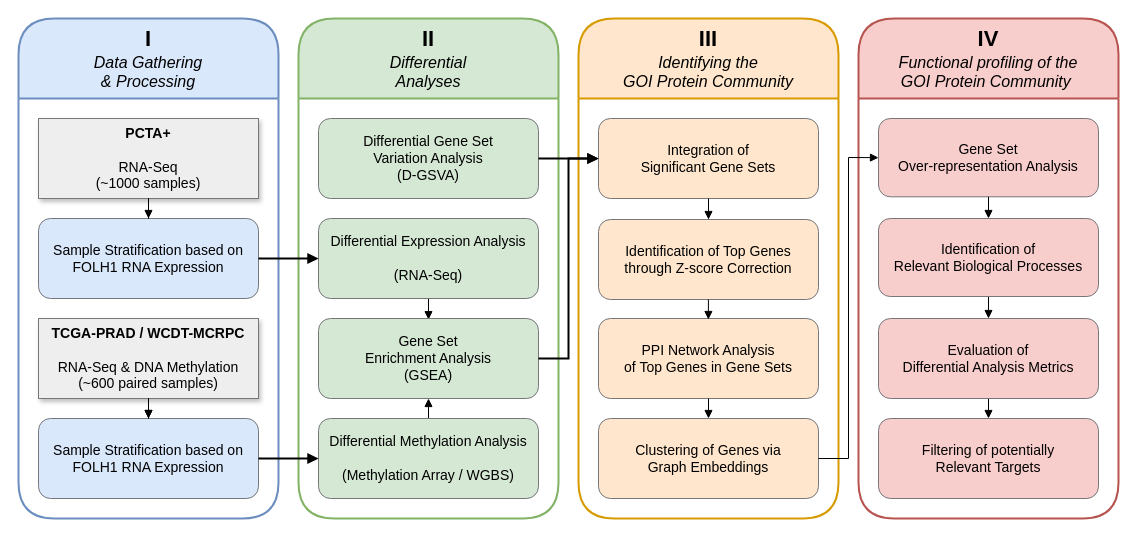
Earlier version of the draw.io diagram docs/1_workflow.drawio (CarlosUziel/goi-strat). Source tidied: cells renumbered, new cells numbered last; positions are measured from the earlier drawing's top-left corner, leaving out a move shared by most shapes. Both pictures are drawn from the tidied source at 100%, with x=0, y=0 at pixel (18, 18).
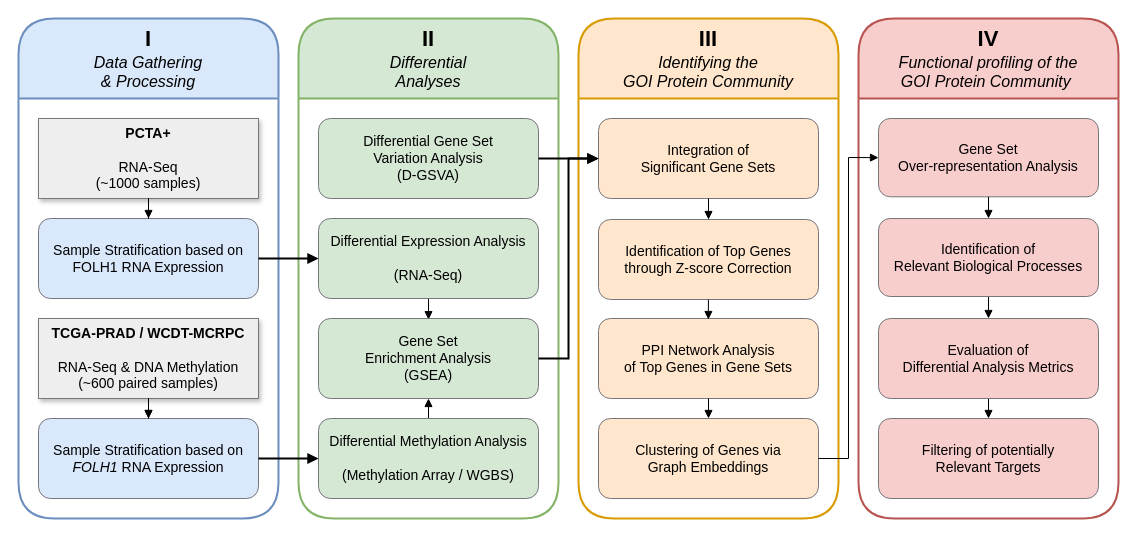
The same diagram, later.

Commit message (it also covers changes not shown here):
Italize FOLH1.

Unchanged cells that the change refers to:
```xml
<mxCell id="3" value="&lt;div style=&quot;font-size: 22px;&quot;&gt;&lt;font style=&quot;font-size: 22px;&quot;&gt;I&lt;/font&gt;&lt;/div&gt;&lt;div style=&quot;font-size: 1px;&quot;&gt;&lt;br&gt;&lt;/div&gt;&lt;div style=&quot;font-size: 16px;&quot;&gt;&lt;i&gt;&lt;span style=&quot;font-weight: normal;&quot;&gt;Data Gathering&lt;/span&gt;&lt;/i&gt;&lt;/div&gt;&lt;div style=&quot;font-size: 16px;&quot;&gt;&lt;i&gt;&lt;span style=&quot;font-weight: normal;&quot;&gt;&amp;amp; Processing&lt;/span&gt;&lt;/i&gt;&lt;br&gt;&lt;/div&gt;" style="swimlane;whiteSpace=wrap;html=1;startSize=80;rounded=1;fillStyle=solid;strokeWidth=2;fillColor=#dae8fc;strokeColor=#6c8ebf;" parent="1" vertex="1">
  <mxGeometry width="260" height="500" as="geometry" />
</mxCell>
```

The edit, as a diff of the source:
```diff
@@
-    <mxCell id="9" value="&lt;div style=&quot;font-size: 14px;&quot;&gt;Sample Stratification based on FOLH1 RNA Expression&lt;br style=&quot;font-size: 14px;&quot;&gt;&lt;/div&gt;" style="rounded=1;whiteSpace=wrap;html=1;fillColor=#dae8fc;strokeColor=#77767b;fontStyle=0;fontSize=14;" parent="3" vertex="1">
+    <mxCell id="9" value="&lt;div style=&quot;font-size: 14px;&quot;&gt;Sample Stratification based on &lt;i&gt;FOLH1&lt;/i&gt; RNA Expression&lt;br style=&quot;font-size: 14px;&quot;&gt;&lt;/div&gt;" style="rounded=1;whiteSpace=wrap;html=1;fillColor=#dae8fc;strokeColor=#77767b;fontStyle=0;fontSize=14;" parent="3" vertex="1">
       <mxGeometry x="20" y="400" width="220" height="80" as="geometry" />
     </mxCell>
```
